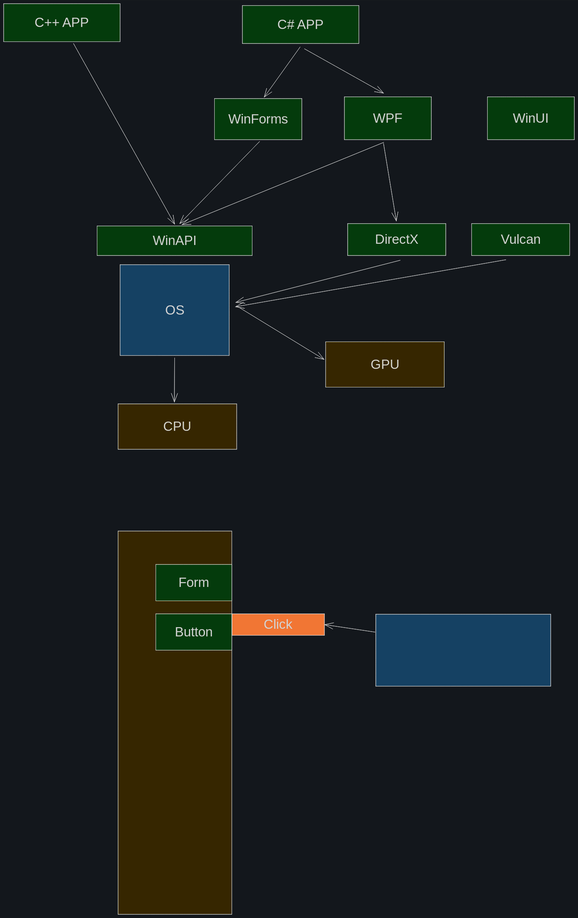
This is intro.svg from silvercodes/p23_wf, a Excalidraw export, as it was before one commit. Source tidied: one line per element, renumbered; positions are measured from the earlier drawing's top-left corner, leaving out a move shared by most shapes.
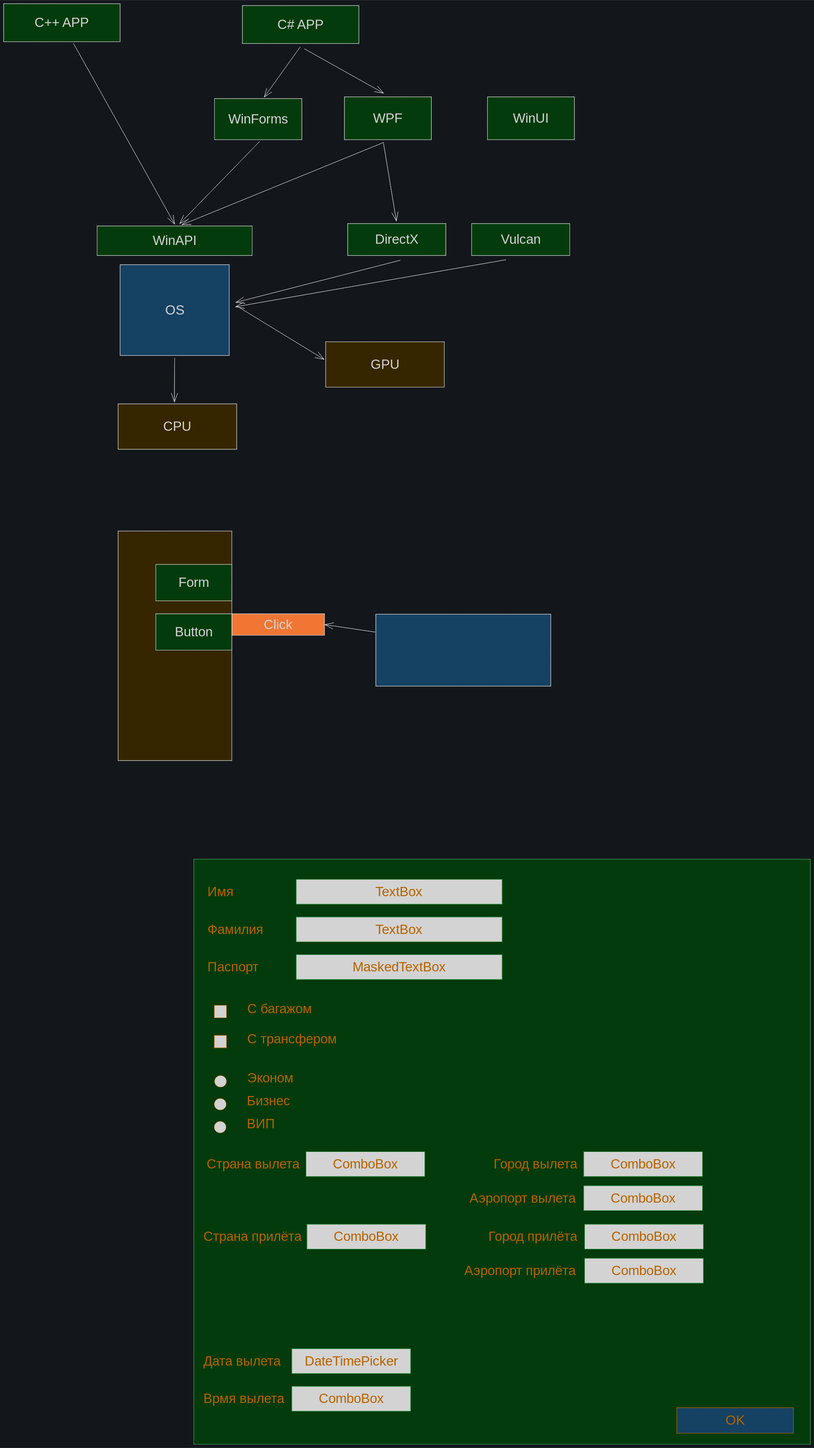
Later version of the same file.

Diff of the diagram source:
```diff
@@ -30,7 +30,7 @@
 {"id": 29, "type": "arrow", "strokeColor": "#1e1e1e", "backgroundColor": "#ffec99", "fillStyle": "solid", "strokeWidth": 1, "roughness": 0, "endArrowhead": "arrow", "from": 0, "to": 27, "x": 466, "y": 965, "width": 1, "height": 120, "points": [[0, 0], [-1, 120]]}
 {"id": 30, "type": "rectangle", "strokeColor": "#1e1e1e", "backgroundColor": "#b2f2bb", "fillStyle": "solid", "strokeWidth": 1, "roughness": 0, "x": 1319, "y": 254, "width": 237, "height": 117}
 {"id": 31, "type": "text", "text": "WinUI", "strokeColor": "#1e1e1e", "backgroundColor": "#b2f2bb", "fillStyle": "solid", "strokeWidth": 1, "roughness": 0, "fontSize": 36, "fontFamily": 6, "textAlign": "center", "verticalAlign": "middle", "inside": 30, "x": 1385, "y": 288, "width": 106, "height": 49}
-{"id": 32, "type": "rectangle", "strokeColor": "#1e1e1e", "backgroundColor": "#ffec99", "fillStyle": "solid", "strokeWidth": 1, "roughness": 0, "x": 312, "y": 1437, "width": 310, "height": 1044}
+{"id": 32, "type": "rectangle", "strokeColor": "#1e1e1e", "backgroundColor": "#ffec99", "fillStyle": "solid", "strokeWidth": 1, "roughness": 0, "x": 312, "y": 1437, "width": 310, "height": 625}
 {"id": 33, "type": "rectangle", "strokeColor": "#1e1e1e", "backgroundColor": "#b2f2bb", "fillStyle": "solid", "strokeWidth": 1, "roughness": 0, "x": 415, "y": 1528, "width": 207, "height": 99}
 {"id": 34, "type": "text", "text": "Form", "strokeColor": "#1e1e1e", "backgroundColor": "#a5d8ff", "fillStyle": "solid", "strokeWidth": 1, "roughness": 0, "fontSize": 36, "fontFamily": 6, "textAlign": "center", "verticalAlign": "middle", "inside": 33, "x": 477, "y": 1553, "width": 83, "height": 49}
 {"id": 35, "type": "rectangle", "strokeColor": "#1e1e1e", "backgroundColor": "#b2f2bb", "fillStyle": "solid", "strokeWidth": 1, "roughness": 0, "x": 415, "y": 1663, "width": 207, "height": 99}
@@ -39,3 +39,49 @@
 {"id": 38, "type": "text", "text": "Click", "strokeColor": "#1e1e1e", "backgroundColor": "#e8590c", "fillStyle": "solid", "strokeWidth": 1, "roughness": 0, "fontSize": 36, "fontFamily": 6, "textAlign": "center", "verticalAlign": "middle", "inside": 37, "x": 709, "y": 1668, "width": 79, "height": 49}
 {"id": 39, "type": "rectangle", "strokeColor": "#1e1e1e", "backgroundColor": "#a5d8ff", "fillStyle": "solid", "strokeWidth": 1, "roughness": 0, "x": 1015, "y": 1664, "width": 477, "height": 196}
 {"id": 40, "type": "arrow", "strokeColor": "#1e1e1e", "backgroundColor": "#b2f2bb", "fillStyle": "solid", "strokeWidth": 1, "roughness": 0, "endArrowhead": "arrow", "from": 39, "to": 37, "x": 1013, "y": 1712, "width": 137, "height": 20, "points": [[0, 0], [-137, -20]]}
+{"id": 41, "type": "rectangle", "strokeColor": "#2f9e44", "backgroundColor": "#b2f2bb", "fillStyle": "solid", "strokeWidth": 1, "roughness": 0, "x": 518, "y": 2331, "width": 1681, "height": 1594}
+{"id": 42, "type": "rectangle", "strokeColor": "#2f9e44", "backgroundColor": "#1e1e1e", "fillStyle": "solid", "strokeWidth": 1, "roughness": 0, "x": 798, "y": 2387, "width": 561, "height": 67}
+{"id": 43, "type": "text", "text": "TextBox", "strokeColor": "#f08c00", "backgroundColor": "#1e1e1e", "fillStyle": "solid", "strokeWidth": 1, "roughness": 0, "fontSize": 36, "fontFamily": 6, "textAlign": "center", "verticalAlign": "middle", "inside": 42, "x": 1012, "y": 2396, "width": 133, "height": 49}
+{"id": 44, "type": "text", "text": "Имя", "strokeColor": "#f08c00", "backgroundColor": "#1e1e1e", "fillStyle": "solid", "strokeWidth": 1, "roughness": 0, "fontSize": 36, "fontFamily": 6, "x": 556, "y": 2396, "width": 71, "height": 49}
+{"id": 45, "type": "rectangle", "strokeColor": "#2f9e44", "backgroundColor": "#1e1e1e", "fillStyle": "solid", "strokeWidth": 1, "roughness": 0, "x": 798, "y": 2489, "width": 561, "height": 67}
+{"id": 46, "type": "text", "text": "TextBox", "strokeColor": "#f08c00", "backgroundColor": "#1e1e1e", "fillStyle": "solid", "strokeWidth": 1, "roughness": 0, "fontSize": 36, "fontFamily": 6, "textAlign": "center", "verticalAlign": "middle", "inside": 45, "x": 1012, "y": 2498, "width": 133, "height": 49}
+{"id": 47, "type": "text", "text": "Фамилия", "strokeColor": "#f08c00", "backgroundColor": "#1e1e1e", "fillStyle": "solid", "strokeWidth": 1, "roughness": 0, "fontSize": 36, "fontFamily": 6, "x": 556, "y": 2498, "width": 157, "height": 49}
+{"id": 48, "type": "rectangle", "strokeColor": "#2f9e44", "backgroundColor": "#1e1e1e", "fillStyle": "solid", "strokeWidth": 1, "roughness": 0, "x": 798, "y": 2592, "width": 561, "height": 67}
+{"id": 49, "type": "text", "text": "MaskedTextBox", "strokeColor": "#f08c00", "backgroundColor": "#1e1e1e", "fillStyle": "solid", "strokeWidth": 1, "roughness": 0, "fontSize": 36, "fontFamily": 6, "textAlign": "center", "verticalAlign": "middle", "inside": 48, "x": 949, "y": 2601, "width": 260, "height": 49}
+{"id": 50, "type": "text", "text": "Паспорт", "strokeColor": "#f08c00", "backgroundColor": "#1e1e1e", "fillStyle": "solid", "strokeWidth": 1, "roughness": 0, "fontSize": 36, "fontFamily": 6, "x": 556, "y": 2601, "width": 146, "height": 49}
+{"id": 51, "type": "rectangle", "strokeColor": "#f08c00", "backgroundColor": "#1e1e1e", "fillStyle": "solid", "strokeWidth": 1, "roughness": 0, "x": 574, "y": 2730, "width": 33, "height": 34}
+{"id": 52, "type": "text", "text": "С багажом", "strokeColor": "#f08c00", "backgroundColor": "#1e1e1e", "fillStyle": "solid", "strokeWidth": 1, "roughness": 0, "fontSize": 36, "fontFamily": 6, "x": 664, "y": 2715, "width": 182, "height": 49}
+{"id": 53, "type": "rectangle", "strokeColor": "#f08c00", "backgroundColor": "#1e1e1e", "fillStyle": "solid", "strokeWidth": 1, "roughness": 0, "x": 574, "y": 2811, "width": 33, "height": 34}
+{"id": 54, "type": "text", "text": "С трансфером", "strokeColor": "#f08c00", "backgroundColor": "#1e1e1e", "fillStyle": "solid", "strokeWidth": 1, "roughness": 0, "fontSize": 36, "fontFamily": 6, "x": 664, "y": 2797, "width": 244, "height": 49}
+{"id": 55, "type": "ellipse", "strokeColor": "#f08c00", "backgroundColor": "#1e1e1e", "fillStyle": "solid", "strokeWidth": 1, "roughness": 0, "x": 575, "y": 2921, "width": 32, "height": 32}
+{"id": 56, "type": "text", "text": "Эконом", "strokeColor": "#f08c00", "backgroundColor": "#1e1e1e", "fillStyle": "solid", "strokeWidth": 1, "roughness": 0, "fontSize": 36, "fontFamily": 6, "x": 664, "y": 2904, "width": 130, "height": 49}
+{"id": 57, "type": "ellipse", "strokeColor": "#f08c00", "backgroundColor": "#1e1e1e", "fillStyle": "solid", "strokeWidth": 1, "roughness": 0, "x": 574, "y": 2983, "width": 32, "height": 32}
+{"id": 58, "type": "text", "text": "Бизнес", "strokeColor": "#f08c00", "backgroundColor": "#1e1e1e", "fillStyle": "solid", "strokeWidth": 1, "roughness": 0, "fontSize": 36, "fontFamily": 6, "x": 663, "y": 2966, "width": 123, "height": 49}
+{"id": 59, "type": "ellipse", "strokeColor": "#f08c00", "backgroundColor": "#1e1e1e", "fillStyle": "solid", "strokeWidth": 1, "roughness": 0, "x": 574, "y": 3046, "width": 32, "height": 32}
+{"id": 60, "type": "text", "text": "ВИП", "strokeColor": "#f08c00", "backgroundColor": "#1e1e1e", "fillStyle": "solid", "strokeWidth": 1, "roughness": 0, "fontSize": 36, "fontFamily": 6, "x": 663, "y": 3029, "width": 78, "height": 49}
+{"id": 61, "type": "rectangle", "strokeColor": "#2f9e44", "backgroundColor": "#1e1e1e", "fillStyle": "solid", "strokeWidth": 1, "roughness": 0, "x": 825, "y": 3129, "width": 324, "height": 67}
+{"id": 62, "type": "text", "text": "ComboBox", "strokeColor": "#f08c00", "backgroundColor": "#1e1e1e", "fillStyle": "solid", "strokeWidth": 1, "roughness": 0, "fontSize": 36, "fontFamily": 6, "textAlign": "center", "verticalAlign": "middle", "inside": 61, "x": 897, "y": 3138, "width": 179, "height": 49}
+{"id": 63, "type": "text", "text": "Страна вылета", "strokeColor": "#f08c00", "backgroundColor": "#1e1e1e", "fillStyle": "solid", "strokeWidth": 1, "roughness": 0, "fontSize": 36, "fontFamily": 6, "x": 553, "y": 3138, "width": 255, "height": 49}
+{"id": 64, "type": "rectangle", "strokeColor": "#2f9e44", "backgroundColor": "#1e1e1e", "fillStyle": "solid", "strokeWidth": 1, "roughness": 0, "x": 1582, "y": 3129, "width": 324, "height": 67}
+{"id": 65, "type": "text", "text": "ComboBox", "strokeColor": "#f08c00", "backgroundColor": "#1e1e1e", "fillStyle": "solid", "strokeWidth": 1, "roughness": 0, "fontSize": 36, "fontFamily": 6, "textAlign": "center", "verticalAlign": "middle", "inside": 64, "x": 1654, "y": 3138, "width": 179, "height": 49}
+{"id": 66, "type": "text", "text": "Город вылета", "strokeColor": "#f08c00", "backgroundColor": "#1e1e1e", "fillStyle": "solid", "strokeWidth": 1, "roughness": 0, "fontSize": 36, "fontFamily": 6, "x": 1336, "y": 3138, "width": 232, "height": 49}
+{"id": 67, "type": "rectangle", "strokeColor": "#2f9e44", "backgroundColor": "#1e1e1e", "fillStyle": "solid", "strokeWidth": 1, "roughness": 0, "x": 1582, "y": 3221, "width": 324, "height": 67}
+{"id": 68, "type": "text", "text": "ComboBox", "strokeColor": "#f08c00", "backgroundColor": "#1e1e1e", "fillStyle": "solid", "strokeWidth": 1, "roughness": 0, "fontSize": 36, "fontFamily": 6, "textAlign": "center", "verticalAlign": "middle", "inside": 67, "x": 1654, "y": 3231, "width": 179, "height": 49}
+{"id": 69, "type": "text", "text": "Аэропорт вылета", "strokeColor": "#f08c00", "backgroundColor": "#1e1e1e", "fillStyle": "solid", "strokeWidth": 1, "roughness": 0, "fontSize": 36, "fontFamily": 6, "x": 1270, "y": 3231, "width": 298, "height": 49}
+{"id": 70, "type": "rectangle", "strokeColor": "#2f9e44", "backgroundColor": "#1e1e1e", "fillStyle": "solid", "strokeWidth": 1, "roughness": 0, "x": 827, "y": 3327, "width": 324, "height": 67}
+{"id": 71, "type": "text", "text": "ComboBox", "strokeColor": "#f08c00", "backgroundColor": "#1e1e1e", "fillStyle": "solid", "strokeWidth": 1, "roughness": 0, "fontSize": 36, "fontFamily": 6, "textAlign": "center", "verticalAlign": "middle", "inside": 70, "x": 900, "y": 3336, "width": 179, "height": 49}
+{"id": 72, "type": "text", "text": "Страна прилёта", "strokeColor": "#f08c00", "backgroundColor": "#1e1e1e", "fillStyle": "solid", "strokeWidth": 1, "roughness": 0, "fontSize": 36, "fontFamily": 6, "x": 544, "y": 3336, "width": 272, "height": 49}
+{"id": 73, "type": "rectangle", "strokeColor": "#2f9e44", "backgroundColor": "#1e1e1e", "fillStyle": "solid", "strokeWidth": 1, "roughness": 0, "x": 1584, "y": 3327, "width": 324, "height": 67}
+{"id": 74, "type": "text", "text": "ComboBox", "strokeColor": "#f08c00", "backgroundColor": "#1e1e1e", "fillStyle": "solid", "strokeWidth": 1, "roughness": 0, "fontSize": 36, "fontFamily": 6, "textAlign": "center", "verticalAlign": "middle", "inside": 73, "x": 1657, "y": 3336, "width": 179, "height": 49}
+{"id": 75, "type": "text", "text": "Город прилёта", "strokeColor": "#f08c00", "backgroundColor": "#1e1e1e", "fillStyle": "solid", "strokeWidth": 1, "roughness": 0, "fontSize": 36, "fontFamily": 6, "x": 1321, "y": 3336, "width": 249, "height": 49}
+{"id": 76, "type": "rectangle", "strokeColor": "#2f9e44", "backgroundColor": "#1e1e1e", "fillStyle": "solid", "strokeWidth": 1, "roughness": 0, "x": 1584, "y": 3419, "width": 324, "height": 67}
+{"id": 77, "type": "text", "text": "ComboBox", "strokeColor": "#f08c00", "backgroundColor": "#1e1e1e", "fillStyle": "solid", "strokeWidth": 1, "roughness": 0, "fontSize": 36, "fontFamily": 6, "textAlign": "center", "verticalAlign": "middle", "inside": 76, "x": 1657, "y": 3429, "width": 179, "height": 49}
+{"id": 78, "type": "text", "text": "Аэропорт прилёта", "strokeColor": "#f08c00", "backgroundColor": "#1e1e1e", "fillStyle": "solid", "strokeWidth": 1, "roughness": 0, "fontSize": 36, "fontFamily": 6, "x": 1256, "y": 3429, "width": 315, "height": 49}
+{"id": 79, "type": "rectangle", "strokeColor": "#2f9e44", "backgroundColor": "#1e1e1e", "fillStyle": "solid", "strokeWidth": 1, "roughness": 0, "x": 786, "y": 3666, "width": 324, "height": 67}
+{"id": 80, "type": "text", "text": "DateTimePicker", "strokeColor": "#f08c00", "backgroundColor": "#1e1e1e", "fillStyle": "solid", "strokeWidth": 1, "roughness": 0, "fontSize": 36, "fontFamily": 6, "textAlign": "center", "verticalAlign": "middle", "inside": 79, "x": 817, "y": 3675, "width": 261, "height": 49}
+{"id": 81, "type": "text", "text": "Дата вылета", "strokeColor": "#f08c00", "backgroundColor": "#1e1e1e", "fillStyle": "solid", "strokeWidth": 1, "roughness": 0, "fontSize": 36, "fontFamily": 6, "x": 544, "y": 3675, "width": 216, "height": 49}
+{"id": 82, "type": "rectangle", "strokeColor": "#2f9e44", "backgroundColor": "#1e1e1e", "fillStyle": "solid", "strokeWidth": 1, "roughness": 0, "x": 786, "y": 3768, "width": 324, "height": 67}
+{"id": 83, "type": "text", "text": "ComboBox", "strokeColor": "#f08c00", "backgroundColor": "#1e1e1e", "fillStyle": "solid", "strokeWidth": 1, "roughness": 0, "fontSize": 36, "fontFamily": 6, "textAlign": "center", "verticalAlign": "middle", "inside": 82, "x": 858, "y": 3778, "width": 179, "height": 49}
+{"id": 84, "type": "text", "text": "Врмя вылета", "strokeColor": "#f08c00", "backgroundColor": "#1e1e1e", "fillStyle": "solid", "strokeWidth": 1, "roughness": 0, "fontSize": 36, "fontFamily": 6, "x": 544, "y": 3778, "width": 222, "height": 49}
+{"id": 85, "type": "rectangle", "strokeColor": "#f08c00", "backgroundColor": "#a5d8ff", "fillStyle": "solid", "strokeWidth": 1, "roughness": 0, "x": 1836, "y": 3826, "width": 318, "height": 70}
+{"id": 86, "type": "text", "text": "OK", "strokeColor": "#f08c00", "backgroundColor": "#a5d8ff", "fillStyle": "solid", "strokeWidth": 1, "roughness": 0, "fontSize": 36, "fontFamily": 6, "textAlign": "center", "verticalAlign": "middle", "inside": 85, "x": 1969, "y": 3837, "width": 52, "height": 49}
```
